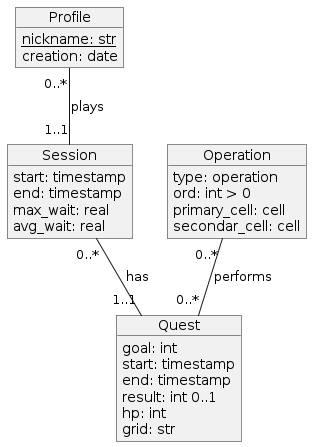
This is doc/Diagrams/out/database-ER.png from AntoninoRando/Grid-Quest, a PlantUML export, as it was before one commit.
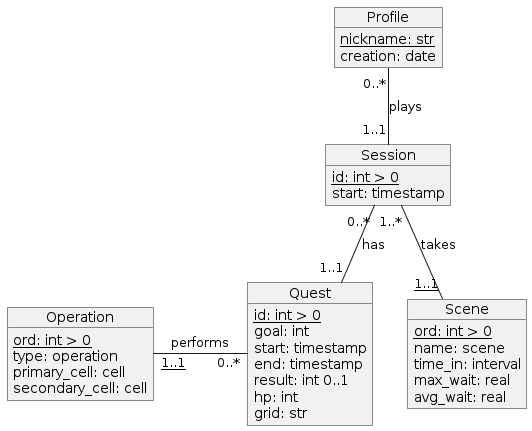
The same diagram one commit later.

Commit message:
refactor: Add 'Scene' table to the database

What changed in the source:
```diff
@@ -1,18 +1,25 @@
 @startuml
 
 object Profile {
-    {static} nickname: str
+    <u>nickname: str</u>
     creation: date
 }
 
 object Session {
+    <u>id: int > 0</u>
     start: timestamp
-    end: timestamp
+}
+
+object Scene {
+    <u>ord: int > 0</u>
+    name: scene
+    time_in: interval
     max_wait: real
     avg_wait: real
 }
 
 object Quest {
+    <u>id: int > 0</u>
     goal: int
     start: timestamp
     end: timestamp
@@ -22,10 +29,10 @@
 }
 
 object Operation {
+    <u>ord: int > 0</u>
     type: operation
-    ord: int > 0
     primary_cell: cell
-    secondar_cell: cell
+    secondary_cell: cell
 }
 
 
@@ -33,5 +40,7 @@
 
 Session "0..*" -- "1..1" Quest : has
 
-Operation "0..*" -- "0..*" Quest : performs
+Session "1..*" -- "<u>1..1</u>" Scene : takes
+
+Quest "0..*" -left- "<u>1..1</u>" Operation : performs
 @enduml
```
